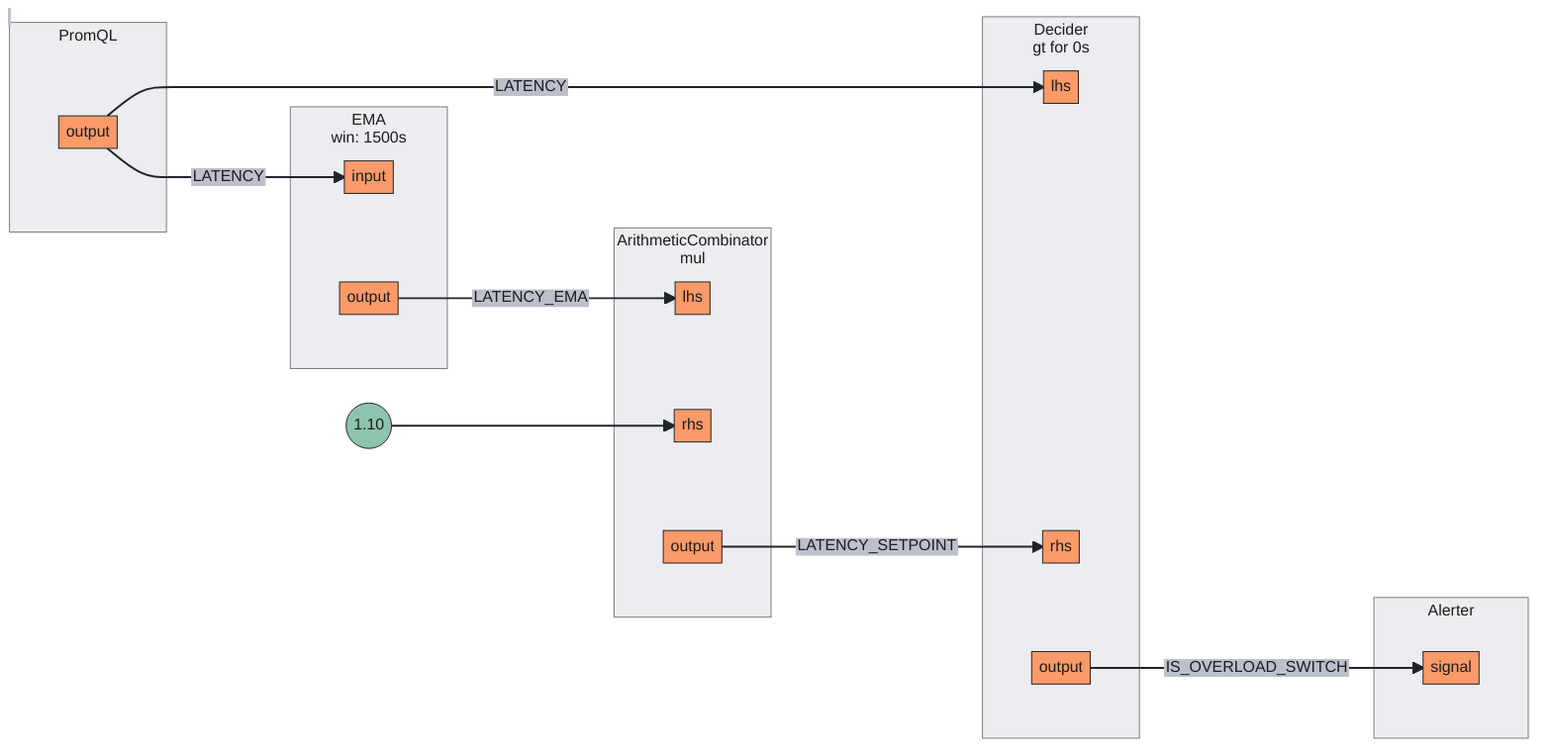
The Mermaid diagram docs/content/tutorials/signal-processing/assets/detecting-overload/detecting-overload.mmd.png in fluxninja/aperture, before a commit. Its source is kept beside it as docs/content/tutorials/signal-processing/assets/detecting-overload/detecting-overload.mmd.
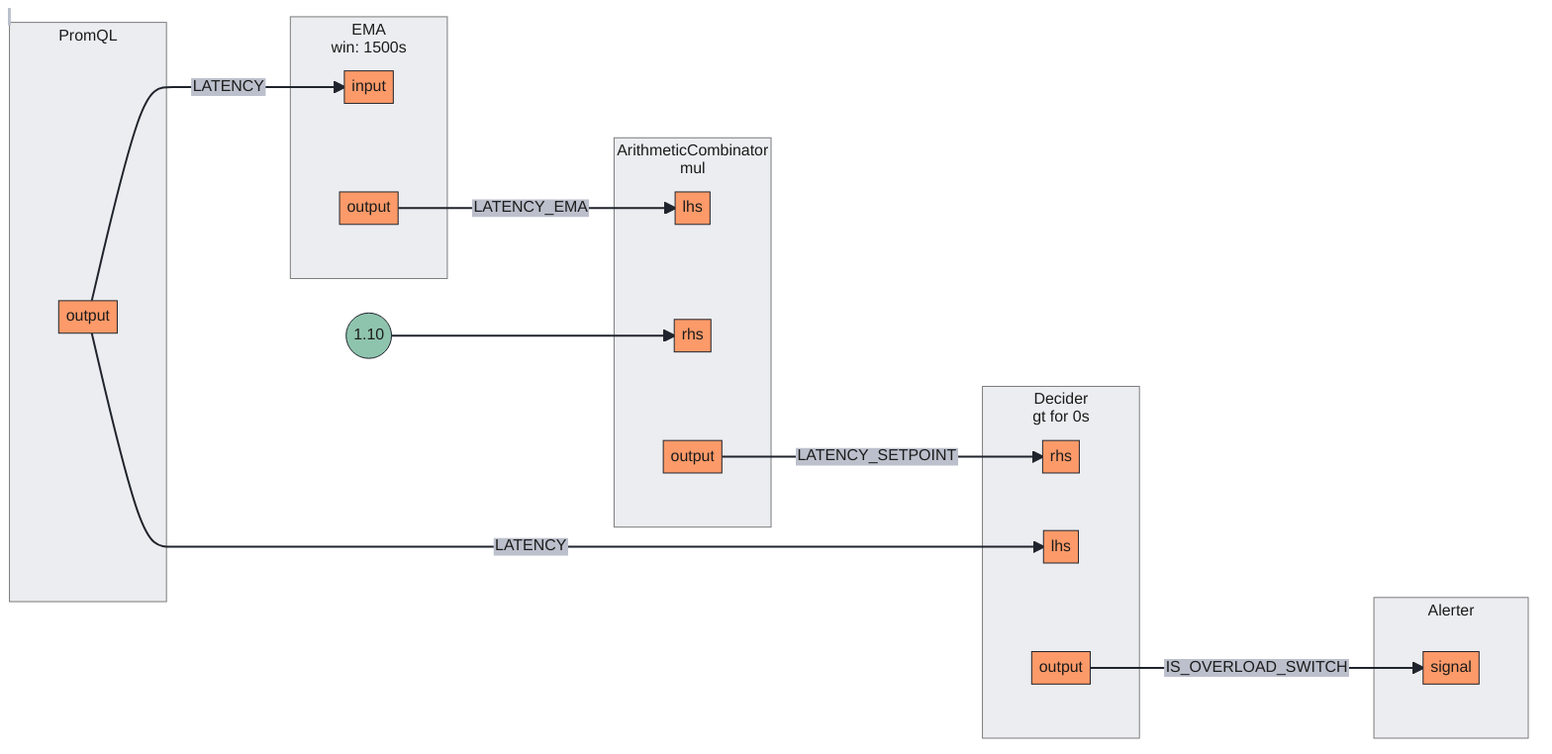
The same file after the commit.

What changed in the source:
```diff
@@ -31,8 +31,8 @@
 subgraph 3[<center>Decider<br/>gt for 0s</center>]
 subgraph 3_inports[ ]
 style 3_inports fill:none,stroke:none
+3rhs[rhs]
 3lhs[lhs]
-3rhs[rhs]
 end
 subgraph 3_outports[ ]
 style 3_outports fill:none,stroke:none
```
